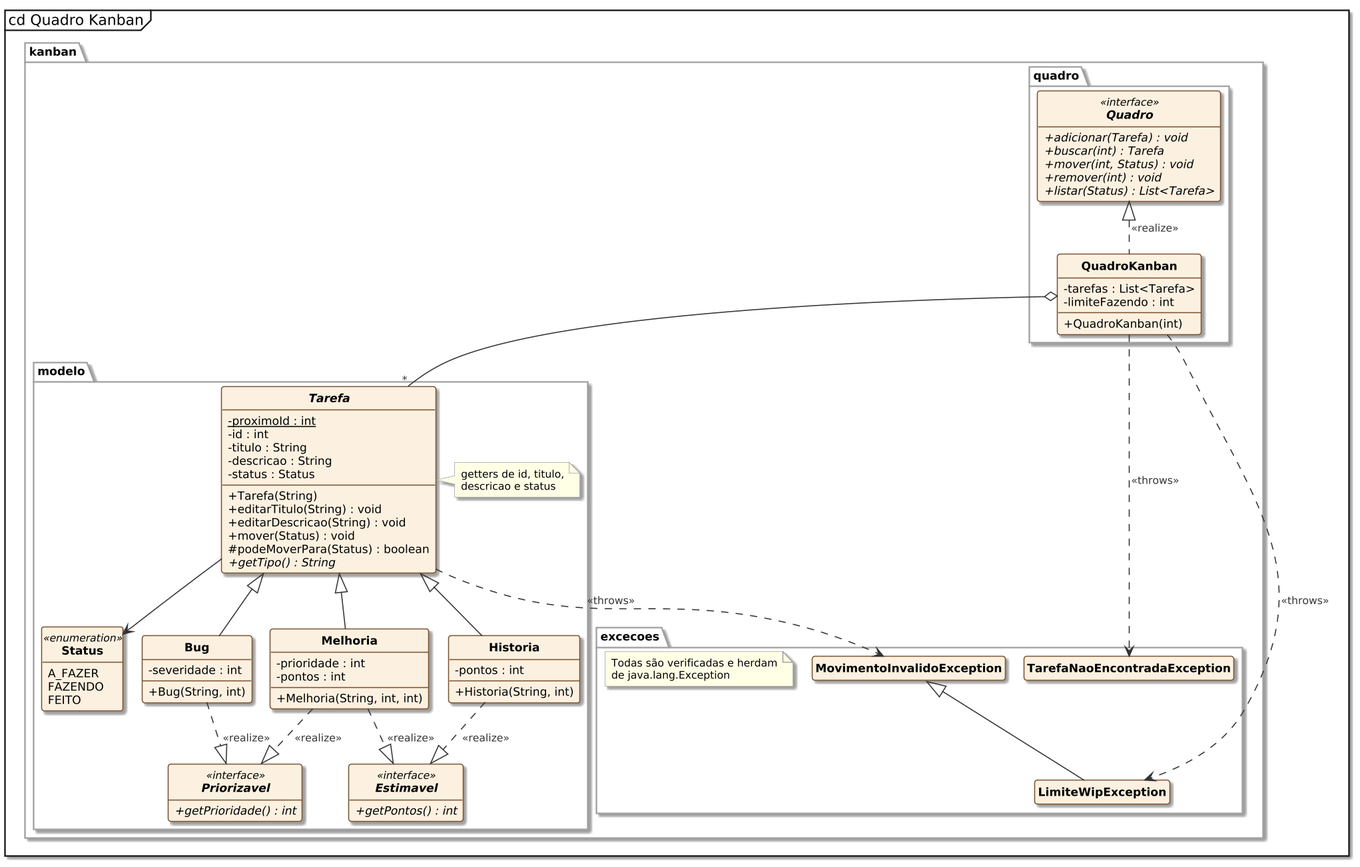
Above: data/dojo-kanban/diagrama.png in Lucas-Inacioo/poo-juiz (PlantUML), before the change.
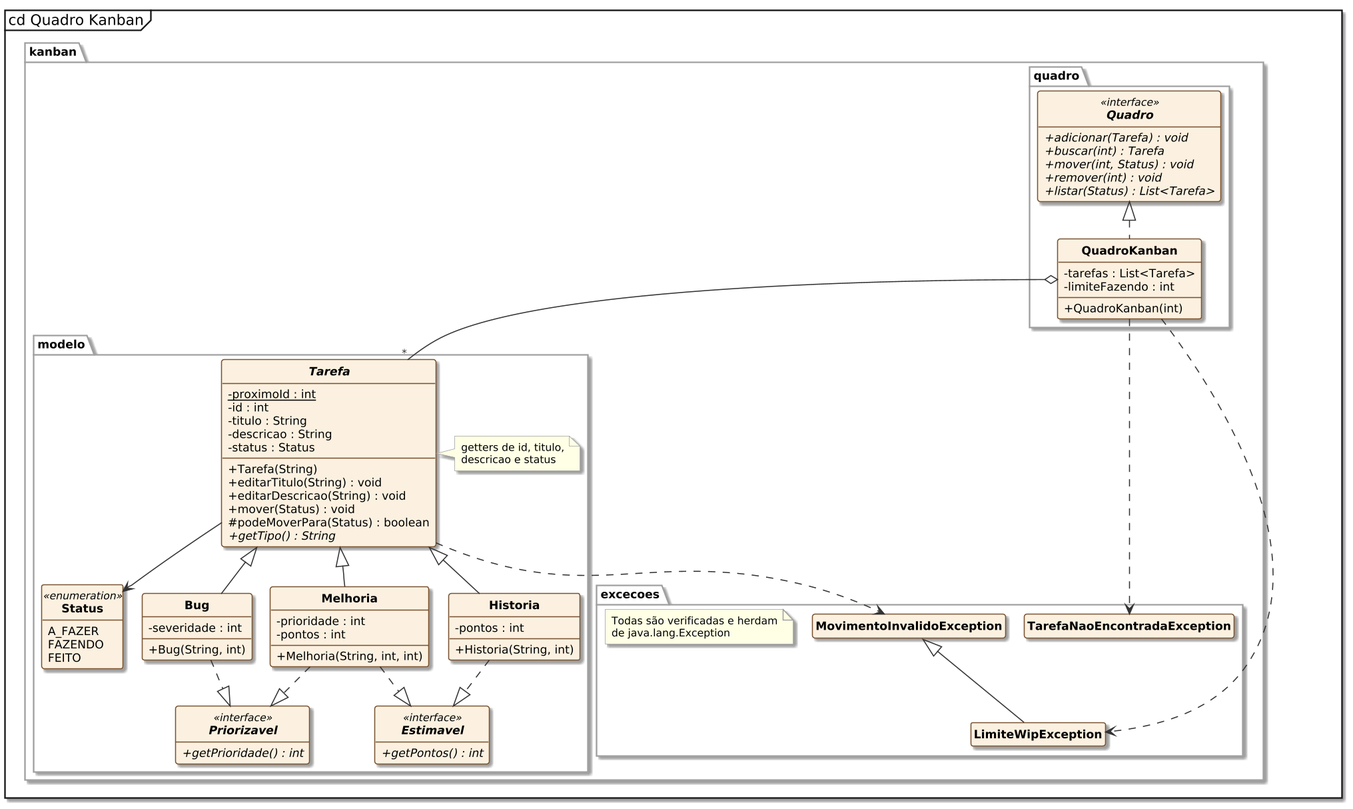
The same file after the commit.

Commit message:
Drop the realize and throws labels from the dojo diagram

Diff of the diagram source:
```diff
@@ -99,18 +99,18 @@
   note "Todas são verificadas e herdam\nde java.lang.Exception" as N1
 }
 
-Quadro <|.. QuadroKanban : &#171;realize&#187;
+Quadro <|.. QuadroKanban
 QuadroKanban o-- "*" Tarefa
 Tarefa --> Status
 Tarefa <|-- Bug
 Tarefa <|-- Melhoria
 Tarefa <|-- Historia
-Bug ..|> Priorizavel : &#171;realize&#187;
-Melhoria ..|> Priorizavel : &#171;realize&#187;
-Melhoria ..|> Estimavel : &#171;realize&#187;
-Historia ..|> Estimavel : &#171;realize&#187;
+Bug ..|> Priorizavel
+Melhoria ..|> Priorizavel
+Melhoria ..|> Estimavel
+Historia ..|> Estimavel
 MovimentoInvalidoException <|-- LimiteWipException
-Tarefa ..> MovimentoInvalidoException : &#171;throws&#187;
-QuadroKanban ..> TarefaNaoEncontradaException : &#171;throws&#187;
-QuadroKanban ..> LimiteWipException : &#171;throws&#187;
+Tarefa ..> MovimentoInvalidoException
+QuadroKanban ..> TarefaNaoEncontradaException
+QuadroKanban ..> LimiteWipException
 @enduml
```
